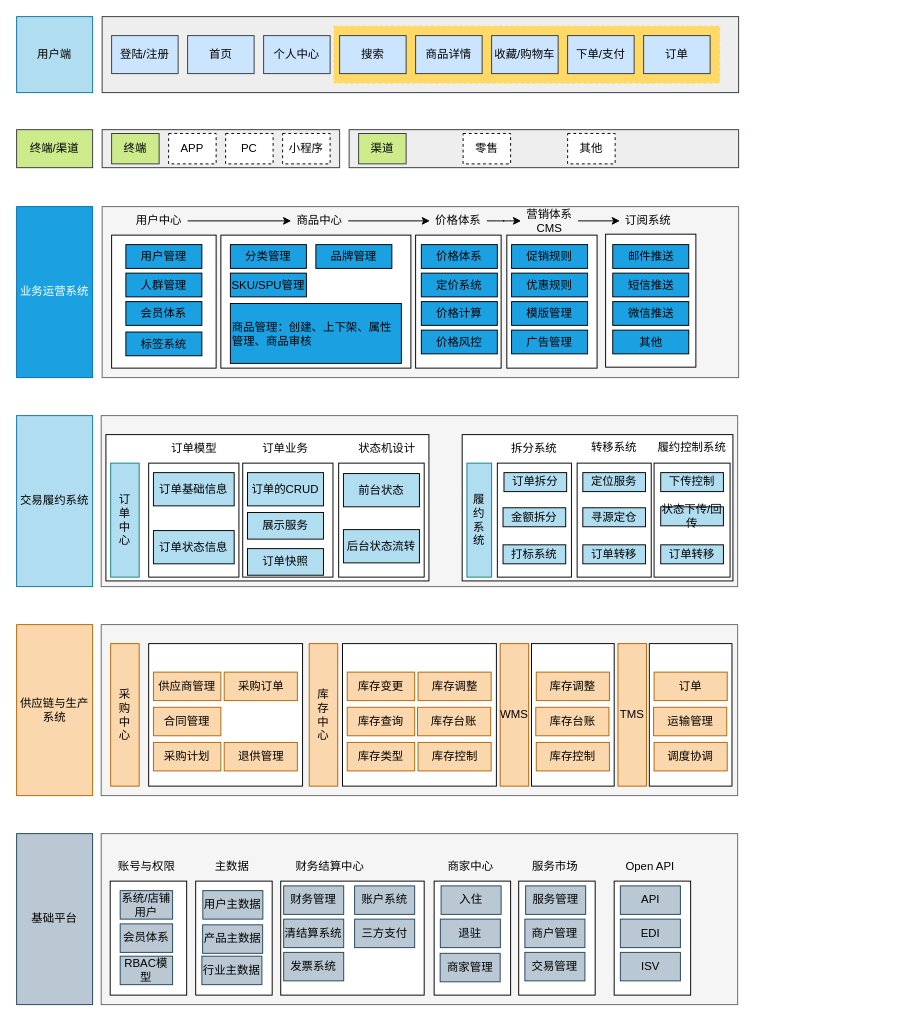
Earlier version of the draw.io diagram docs/design/drawio/架构设计图.drawio (cha1Yi/open-mall). Source tidied: cells renumbered, new cells numbered last; positions are measured from the earlier drawing's top-left corner, leaving out a move shared by most shapes. Both pictures are drawn from the tidied source at 95%, with x=0, y=0 at pixel (16, 16).
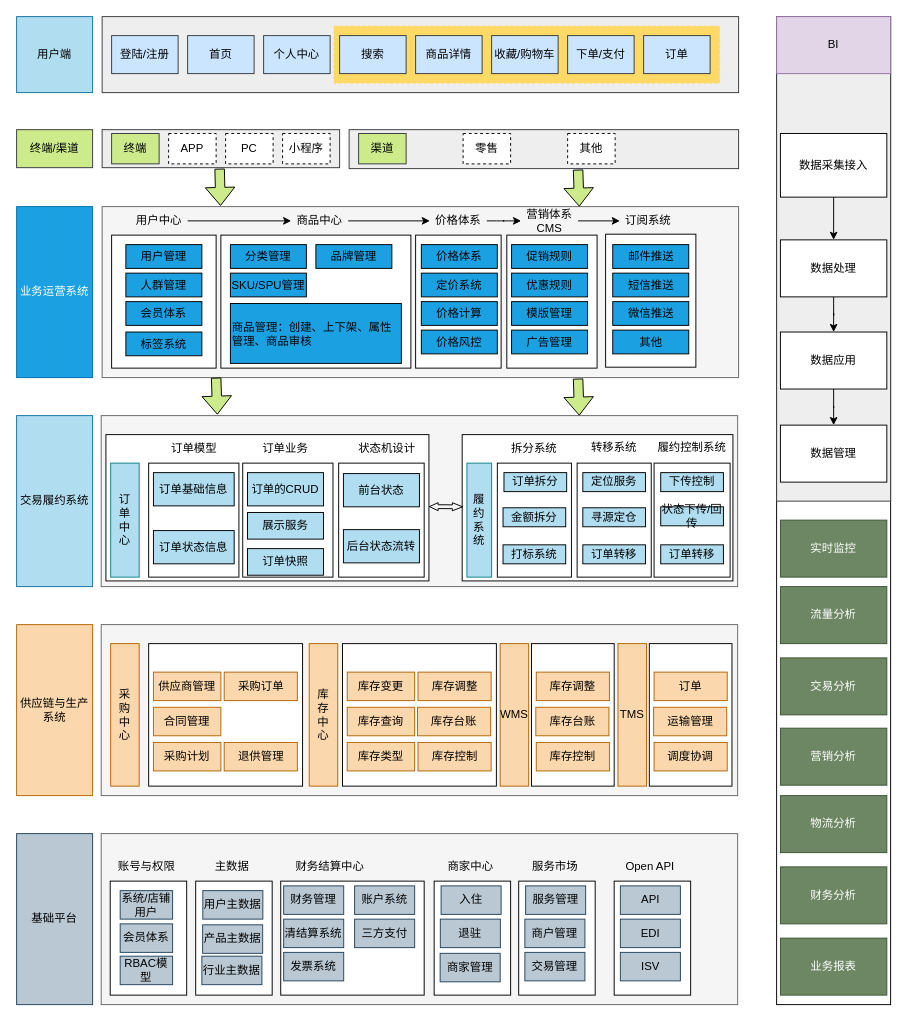
The same diagram, later.

The change refers to these unchanged cells:
```xml
<mxCell id="24" style="rounded=0;whiteSpace=wrap;html=1;fillColor=#f5f5f5;fontColor=#333333;strokeColor=#666666;" parent="1" vertex="1">
  <mxGeometry x="90" y="200" width="670" height="180" as="geometry" />
</mxCell>
<mxCell id="60" style="group;" parent="1" vertex="1">
  <mxGeometry x="94" y="440" width="715" height="160" as="geometry" />
</mxCell>
<mxCell id="62" style="rounded=0;whiteSpace=wrap;html=1;" parent="60" vertex="1">
  <mxGeometry width="340" height="154" as="geometry" />
</mxCell>
```

Change to the diagram source:
```diff
@@
     <mxCell id="19" style="rounded=0;whiteSpace=wrap;html=1;fillColor=#eeeeee;strokeColor=#36393d;" parent="1" vertex="1">
-      <mxGeometry x="350" y="119" width="410" height="40" as="geometry" />
+      <mxGeometry x="350" y="119" width="410" height="41" as="geometry" />
     </mxCell>
@@
+    <mxCell id="155" style="shape=flexArrow;endArrow=classic;startArrow=classic;html=1;rounded=0;endWidth=3.4394904458598727;endSize=3.2687898089171976;startWidth=3.4394904458598727;startSize=2.732374100719424;exitX=1;exitY=0.492;exitDx=0;exitDy=0;exitPerimeter=0;width=4.028776978417266;" parent="60" edge="1" source="62">
+      <mxGeometry relative="1" as="geometry">
+        <mxPoint x="376" y="76" as="targetPoint" />
+      </mxGeometry>
+    </mxCell>
@@
+    <mxCell id="156" style="shape=flexArrow;endArrow=classic;html=1;rounded=0;entryX=0.186;entryY=-0.004;entryDx=0;entryDy=0;entryPerimeter=0;fillColor=#CDEB8B;" parent="1" edge="1" target="24">
+      <mxGeometry relative="1" as="geometry">
+        <mxPoint x="213.7" y="160" as="sourcePoint" />
+      </mxGeometry>
+    </mxCell>
+    <mxCell id="157" style="shape=flexArrow;endArrow=classic;html=1;rounded=0;entryX=0.186;entryY=-0.004;entryDx=0;entryDy=0;entryPerimeter=0;fillColor=#CDEB8B;" parent="1" edge="1">
+      <mxGeometry relative="1" as="geometry">
+        <mxPoint x="591" y="161" as="sourcePoint" />
+        <mxPoint x="592.3" y="200" as="targetPoint" />
+      </mxGeometry>
+    </mxCell>
+    <mxCell id="158" style="shape=flexArrow;endArrow=classic;html=1;rounded=0;entryX=0.186;entryY=-0.004;entryDx=0;entryDy=0;entryPerimeter=0;fillColor=#CDEB8B;" parent="1" edge="1">
+      <mxGeometry relative="1" as="geometry">
+        <mxPoint x="210" y="380" as="sourcePoint" />
+        <mxPoint x="211.3" y="419" as="targetPoint" />
+      </mxGeometry>
+    </mxCell>
+    <mxCell id="159" style="shape=flexArrow;endArrow=classic;html=1;rounded=0;entryX=0.186;entryY=-0.004;entryDx=0;entryDy=0;entryPerimeter=0;fillColor=#CDEB8B;" parent="1" edge="1">
+      <mxGeometry relative="1" as="geometry">
+        <mxPoint x="591" y="381" as="sourcePoint" />
+        <mxPoint x="592.3" y="420" as="targetPoint" />
+      </mxGeometry>
+    </mxCell>
+    <mxCell id="160" style="rounded=0;whiteSpace=wrap;html=1;" parent="1" vertex="1">
+      <mxGeometry x="800" width="120" height="1040" as="geometry" />
+    </mxCell>
+    <mxCell id="161" value="业务报表" style="rounded=0;whiteSpace=wrap;html=1;fillColor=#6d8764;fontColor=#ffffff;strokeColor=#3A5431;" parent="1" vertex="1">
+      <mxGeometry x="804" y="970" width="112" height="60" as="geometry" />
+    </mxCell>
+    <mxCell id="162" value="财务分析" style="rounded=0;whiteSpace=wrap;html=1;fillColor=#6d8764;fontColor=#ffffff;strokeColor=#3A5431;" parent="1" vertex="1">
+      <mxGeometry x="804" y="895" width="112" height="60" as="geometry" />
+    </mxCell>
+    <mxCell id="163" value="物流分析" style="rounded=0;whiteSpace=wrap;html=1;fillColor=#6d8764;fontColor=#ffffff;strokeColor=#3A5431;" parent="1" vertex="1">
+      <mxGeometry x="804" y="820" width="112" height="60" as="geometry" />
+    </mxCell>
+    <mxCell id="164" value="营销分析" style="rounded=0;whiteSpace=wrap;html=1;fillColor=#6d8764;fontColor=#ffffff;strokeColor=#3A5431;" parent="1" vertex="1">
+      <mxGeometry x="804" y="749" width="112" height="60" as="geometry" />
+    </mxCell>
+    <mxCell id="165" value="交易分析" style="rounded=0;whiteSpace=wrap;html=1;fillColor=#6d8764;fontColor=#ffffff;strokeColor=#3A5431;" parent="1" vertex="1">
+      <mxGeometry x="804" y="675" width="112" height="60" as="geometry" />
+    </mxCell>
+    <mxCell id="166" value="流量分析" style="rounded=0;whiteSpace=wrap;html=1;fillColor=#6d8764;fontColor=#ffffff;strokeColor=#3A5431;" parent="1" vertex="1">
+      <mxGeometry x="804" y="600" width="112" height="60" as="geometry" />
+    </mxCell>
+    <mxCell id="167" value="实时监控" style="rounded=0;whiteSpace=wrap;html=1;fillColor=#6d8764;fontColor=#ffffff;strokeColor=#3A5431;" parent="1" vertex="1">
+      <mxGeometry x="804" y="530" width="112" height="60" as="geometry" />
+    </mxCell>
+    <mxCell id="168" style="rounded=0;whiteSpace=wrap;html=1;fillColor=#eeeeee;strokeColor=#36393d;" parent="1" vertex="1">
+      <mxGeometry x="800" width="120" height="510" as="geometry" />
+    </mxCell>
+    <mxCell id="169" value="BI" style="rounded=0;whiteSpace=wrap;html=1;fillColor=#e1d5e7;strokeColor=#9673a6;" parent="1" vertex="1">
+      <mxGeometry x="800" width="120" height="60" as="geometry" />
+    </mxCell>
+    <mxCell id="170" style="edgeStyle=orthogonalEdgeStyle;rounded=0;jettySize=auto;html=1;entryX=0.5;entryY=0;entryDx=0;entryDy=0;" parent="1" edge="1" source="171" target="173">
+      <mxGeometry relative="1" as="geometry" />
+    </mxCell>
+    <mxCell id="171" value="数据采集接入" style="rounded=0;whiteSpace=wrap;html=1;" parent="1" vertex="1">
+      <mxGeometry x="804" y="123" width="112" height="67" as="geometry" />
+    </mxCell>
+    <mxCell id="172" style="edgeStyle=orthogonalEdgeStyle;rounded=0;jettySize=auto;html=1;entryX=0.5;entryY=0;entryDx=0;entryDy=0;" parent="1" edge="1" source="173" target="175">
+      <mxGeometry relative="1" as="geometry" />
+    </mxCell>
+    <mxCell id="173" value="数据处理" style="rounded=0;whiteSpace=wrap;html=1;" parent="1" vertex="1">
+      <mxGeometry x="804" y="235" width="112" height="60" as="geometry" />
+    </mxCell>
+    <mxCell id="174" style="edgeStyle=orthogonalEdgeStyle;rounded=0;jettySize=auto;html=1;exitX=0.5;exitY=1;exitDx=0;exitDy=0;" parent="1" edge="1" source="175" target="176">
+      <mxGeometry relative="1" as="geometry" />
+    </mxCell>
+    <mxCell id="175" value="数据应用" style="rounded=0;whiteSpace=wrap;html=1;" parent="1" vertex="1">
+      <mxGeometry x="804" y="332" width="112" height="60" as="geometry" />
+    </mxCell>
+    <mxCell id="176" value="数据管理" style="rounded=0;whiteSpace=wrap;html=1;" parent="1" vertex="1">
+      <mxGeometry x="804" y="430" width="112" height="60" as="geometry" />
+    </mxCell>
```
